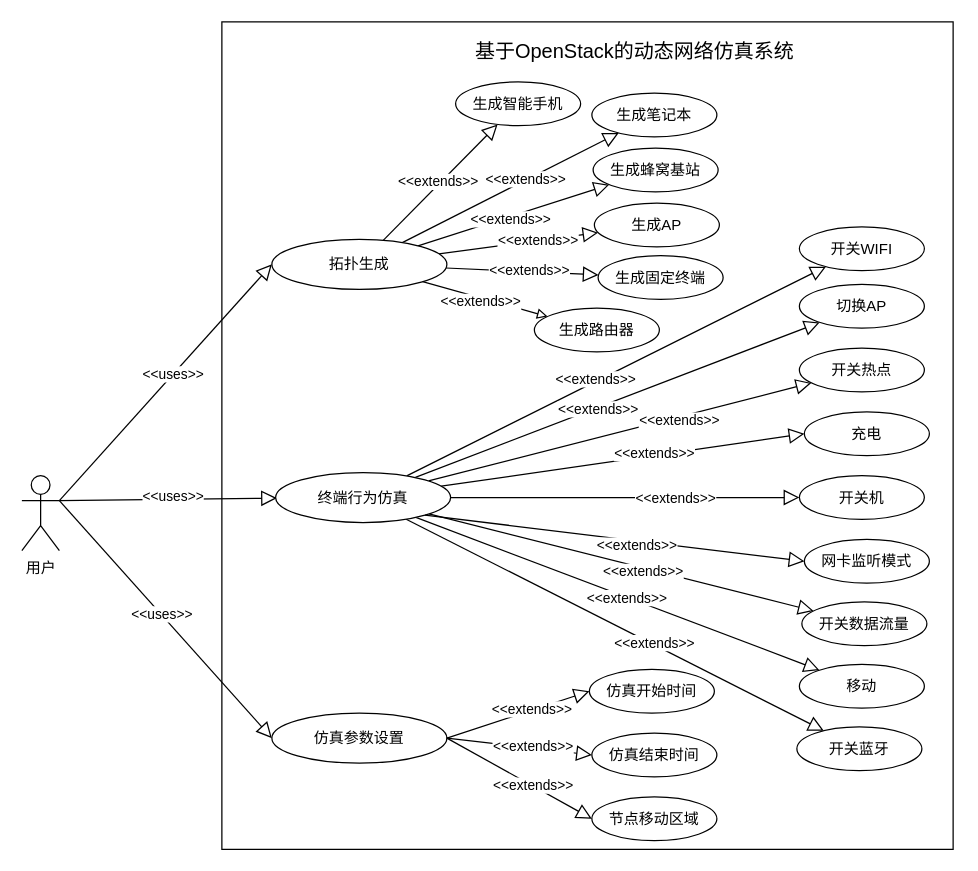
The draw.io diagram page "用例图" (11 of 13) of 仿真功能模块UML类图.drawio in Icarus1994/neutron_conf, before the edit. Source tidied: cells renumbered, new cells numbered last; positions are measured from the earlier drawing's top-left corner, leaving out a move shared by most shapes. Both pictures are drawn from the tidied source at 125%, with x=0, y=0 at pixel (21, 21).
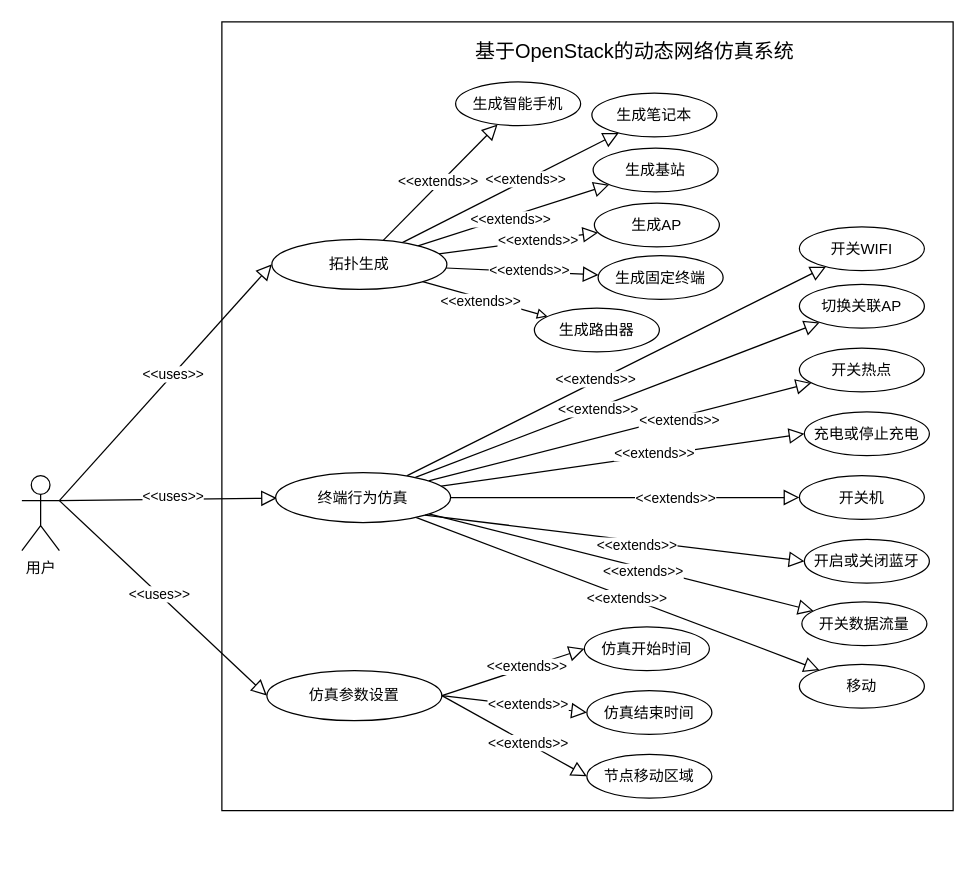
The same page after the edit.

The change refers to these unchanged cells:
```xml
<mxCell id="46" value="终端行为仿真" style="ellipse;whiteSpace=wrap;html=1;" parent="1" vertex="1">
  <mxGeometry x="203" y="360.5" width="140" height="40" as="geometry" />
</mxCell>
```

The edit, as a diff of the source:
```diff
@@
     <mxCell id="2" style="html=1;" parent="1" vertex="1">
-      <mxGeometry x="160" width="585" height="662" as="geometry" />
+      <mxGeometry x="160" width="585" height="631" as="geometry" />
     </mxCell>
@@
     <mxCell id="10" value="仿真参数设置" style="ellipse;whiteSpace=wrap;html=1;" parent="1" vertex="1">
-      <mxGeometry x="200" y="553" width="140" height="40" as="geometry" />
+      <mxGeometry x="196" y="519" width="140" height="40" as="geometry" />
     </mxCell>
@@
-    <mxCell id="24" value="生成蜂窝基站" style="ellipse;whiteSpace=wrap;html=1;" parent="1" vertex="1">
+    <mxCell id="24" value="生成基站" style="ellipse;whiteSpace=wrap;html=1;" parent="1" vertex="1">
       <mxGeometry x="457" y="101" width="100" height="35" as="geometry" />
     </mxCell>
@@
-    <mxCell id="36" style="edgeStyle=none;rounded=0;jettySize=auto;html=1;endArrow=block;endFill=0;endSize=10;" parent="1" edge="1" source="46" target="51">
-      <mxGeometry relative="1" as="geometry" />
-    </mxCell>
-    <mxCell id="37" value="&amp;lt;&amp;lt;extends&amp;gt;&amp;gt;" style="edgeLabel;html=1;align=center;verticalAlign=middle;" parent="36" vertex="1">
-      <mxGeometry x="0.18" y="1" relative="1" as="geometry" />
-    </mxCell>
@@
-    <mxCell id="48" value="充电" style="ellipse;whiteSpace=wrap;html=1;" parent="1" vertex="1">
+    <mxCell id="48" value="充电或停止充电" style="ellipse;whiteSpace=wrap;html=1;" parent="1" vertex="1">
       <mxGeometry x="626" y="312" width="100" height="35" as="geometry" />
     </mxCell>
@@
-    <mxCell id="50" value="切换AP" style="ellipse;whiteSpace=wrap;html=1;" parent="1" vertex="1">
+    <mxCell id="50" value="切换关联AP" style="ellipse;whiteSpace=wrap;html=1;" parent="1" vertex="1">
       <mxGeometry x="622" y="210" width="100" height="35" as="geometry" />
     </mxCell>
-    <mxCell id="51" value="开关蓝牙" style="ellipse;whiteSpace=wrap;html=1;" parent="1" vertex="1">
-      <mxGeometry x="620" y="564" width="100" height="35" as="geometry" />
-    </mxCell>
@@
-    <mxCell id="57" value="网卡监听模式" style="ellipse;whiteSpace=wrap;html=1;" parent="1" vertex="1">
+    <mxCell id="57" value="开启或关闭蓝牙" style="ellipse;whiteSpace=wrap;html=1;" parent="1" vertex="1">
       <mxGeometry x="626" y="414" width="100" height="35" as="geometry" />
     </mxCell>
@@
     <mxCell id="60" value="仿真开始时间" style="ellipse;whiteSpace=wrap;html=1;" parent="1" vertex="1">
-      <mxGeometry x="454" y="518" width="100" height="35" as="geometry" />
+      <mxGeometry x="450" y="484" width="100" height="35" as="geometry" />
     </mxCell>
     <mxCell id="61" value="仿真结束时间" style="ellipse;whiteSpace=wrap;html=1;" parent="1" vertex="1">
-      <mxGeometry x="456" y="569" width="100" height="35" as="geometry" />
+      <mxGeometry x="452" y="535" width="100" height="35" as="geometry" />
     </mxCell>
     <mxCell id="62" value="节点移动区域" style="ellipse;whiteSpace=wrap;html=1;" parent="1" vertex="1">
-      <mxGeometry x="456" y="620" width="100" height="35" as="geometry" />
+      <mxGeometry x="452" y="586" width="100" height="35" as="geometry" />
     </mxCell>
```
